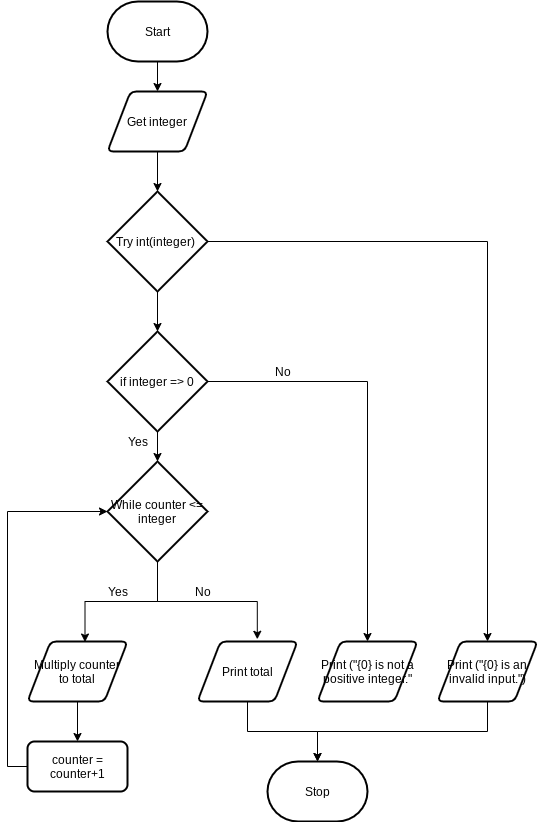
Above: flowchart.png in Ethan-Gravelle/ICS3U-Unit4-02-Python-Do-While-Loop (draw.io), before the change. Source tidied: cells renumbered, new cells last; positions are measured from the earlier drawing's top-left corner, leaving out a move shared by most shapes.
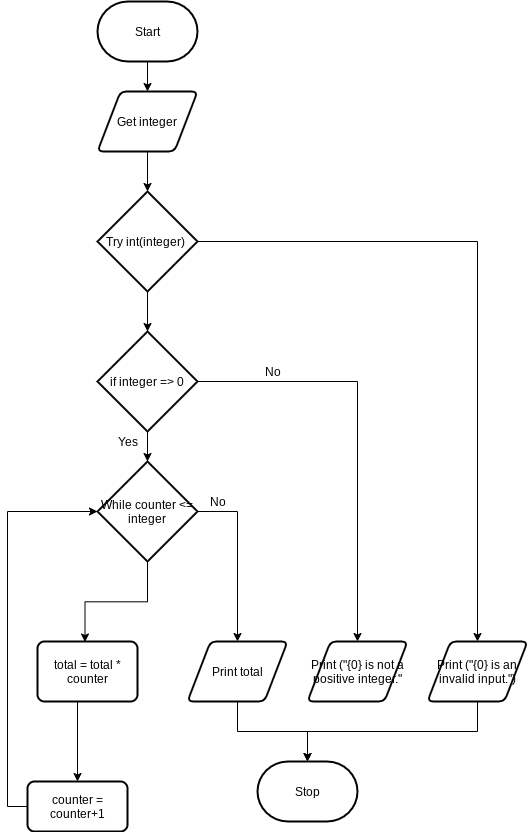
After the change.

Diff of the diagram source:
```diff
@@ -29,30 +29,28 @@
     <mxCell id="10" value="Print (&quot;{0} is an invalid input.&quot;)" style="shape=parallelogram;html=1;strokeWidth=2;perimeter=parallelogramPerimeter;whiteSpace=wrap;rounded=1;arcSize=12;size=0.23;" parent="1" vertex="1">
       <mxGeometry x="410" y="640" width="100" height="60" as="geometry" />
     </mxCell>
-    <mxCell id="11" style="edgeStyle=orthogonalEdgeStyle;rounded=0;jettySize=auto;html=1;exitX=0.5;exitY=1;exitDx=0;exitDy=0;exitPerimeter=0;entryX=0.575;entryY=0.009;entryDx=0;entryDy=0;entryPerimeter=0;" parent="1" edge="1" source="13" target="15">
-      <mxGeometry relative="1" as="geometry" />
+    <mxCell id="11" style="edgeStyle=orthogonalEdgeStyle;rounded=0;jettySize=auto;html=1;exitX=0.5;exitY=1;exitDx=0;exitDy=0;exitPerimeter=0;entryX=0.575;entryY=0.009;entryDx=0;entryDy=0;entryPerimeter=0;" parent="1" edge="1" source="13">
+      <mxGeometry relative="1" as="geometry">
+        <mxPoint x="67.5" y="640.5" as="targetPoint" />
+      </mxGeometry>
     </mxCell>
-    <mxCell id="12" style="edgeStyle=orthogonalEdgeStyle;rounded=0;jettySize=auto;html=1;exitX=0.5;exitY=1;exitDx=0;exitDy=0;exitPerimeter=0;entryX=0.598;entryY=-0.037;entryDx=0;entryDy=0;entryPerimeter=0;" parent="1" edge="1" source="13" target="20">
+    <mxCell id="12" style="edgeStyle=orthogonalEdgeStyle;rounded=0;jettySize=auto;html=1;exitX=1;exitY=0.5;exitDx=0;exitDy=0;exitPerimeter=0;entryX=0.5;entryY=0;entryDx=0;entryDy=0;" parent="1" edge="1" source="13" target="20">
       <mxGeometry relative="1" as="geometry" />
     </mxCell>
     <mxCell id="13" value="While counter &amp;lt;= integer" style="strokeWidth=2;html=1;shape=mxgraph.flowchart.decision;whiteSpace=wrap;" parent="1" vertex="1">
       <mxGeometry x="80" y="460" width="100" height="100" as="geometry" />
     </mxCell>
-    <mxCell id="14" style="edgeStyle=orthogonalEdgeStyle;rounded=0;jettySize=auto;html=1;exitX=0.5;exitY=1;exitDx=0;exitDy=0;entryX=0.5;entryY=0;entryDx=0;entryDy=0;" parent="1" edge="1" source="15" target="17">
-      <mxGeometry relative="1" as="geometry" />
+    <mxCell id="14" style="edgeStyle=orthogonalEdgeStyle;rounded=0;jettySize=auto;html=1;exitX=0.5;exitY=1;exitDx=0;exitDy=0;entryX=0.5;entryY=0;entryDx=0;entryDy=0;" parent="1" edge="1" target="17">
+      <mxGeometry relative="1" as="geometry">
+        <mxPoint x="60" y="700" as="sourcePoint" />
+      </mxGeometry>
     </mxCell>
-    <mxCell id="15" value="Multiply counter to total" style="shape=parallelogram;html=1;strokeWidth=2;perimeter=parallelogramPerimeter;whiteSpace=wrap;rounded=1;arcSize=12;size=0.23;" parent="1" vertex="1">
-      <mxGeometry y="640" width="100" height="60" as="geometry" />
-    </mxCell>
     <mxCell id="16" style="edgeStyle=orthogonalEdgeStyle;rounded=0;jettySize=auto;html=1;exitX=0;exitY=0.5;exitDx=0;exitDy=0;entryX=0;entryY=0.5;entryDx=0;entryDy=0;entryPerimeter=0;" parent="1" edge="1" source="17" target="13">
       <mxGeometry relative="1" as="geometry" />
     </mxCell>
     <mxCell id="17" value="counter = counter+1" style="rounded=1;whiteSpace=wrap;html=1;absoluteArcSize=1;arcSize=14;strokeWidth=2;" parent="1" vertex="1">
-      <mxGeometry y="740" width="100" height="50" as="geometry" />
+      <mxGeometry x="10" y="780" width="100" height="50" as="geometry" />
     </mxCell>
-    <mxCell id="18" value="Yes" style="text;html=1;align=center;verticalAlign=middle;strokeColor=none;" parent="1" vertex="1">
-      <mxGeometry x="70" y="580" width="40" height="20" as="geometry" />
-    </mxCell>
     <mxCell id="19" style="edgeStyle=orthogonalEdgeStyle;rounded=0;jettySize=auto;html=1;exitX=0.5;exitY=1;exitDx=0;exitDy=0;" parent="1" edge="1" source="20" target="21">
       <mxGeometry relative="1" as="geometry" />
     </mxCell>
@@ -71,9 +69,6 @@
     <mxCell id="24" value="if integer =&amp;gt; 0" style="strokeWidth=2;html=1;shape=mxgraph.flowchart.decision;whiteSpace=wrap;" parent="1" vertex="1">
       <mxGeometry x="80" y="330" width="100" height="100" as="geometry" />
     </mxCell>
-    <mxCell id="25" value="No" style="text;html=1;align=center;verticalAlign=middle;strokeColor=none;" parent="1" vertex="1">
-      <mxGeometry x="160" y="580" width="30" height="20" as="geometry" />
-    </mxCell>
     <mxCell id="26" value="Print (&quot;{0} is not a positive integer.&quot;" style="shape=parallelogram;html=1;strokeWidth=2;perimeter=parallelogramPerimeter;whiteSpace=wrap;rounded=1;arcSize=12;size=0.23;" parent="1" vertex="1">
       <mxGeometry x="290" y="640" width="100" height="60" as="geometry" />
     </mxCell>
@@ -83,5 +78,11 @@
     <mxCell id="28" value="No" style="text;html=1;align=center;verticalAlign=middle;strokeColor=none;" parent="1" vertex="1">
       <mxGeometry x="240" y="360" width="30" height="20" as="geometry" />
     </mxCell>
+    <mxCell id="25" value="No" style="text;html=1;align=center;verticalAlign=middle;strokeColor=none;" parent="1" vertex="1">
+      <mxGeometry x="185" y="490" width="30" height="20" as="geometry" />
+    </mxCell>
+    <mxCell id="29" value="total = total * counter" style="rounded=1;whiteSpace=wrap;html=1;absoluteArcSize=1;arcSize=14;strokeWidth=2;" parent="1" vertex="1">
+      <mxGeometry x="20" y="640" width="100" height="60" as="geometry" />
+    </mxCell>
   </root>
 </mxGraphModel>
```
